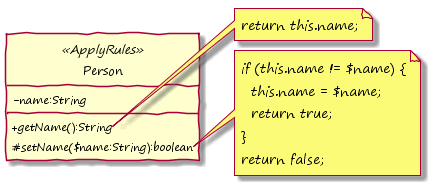
KirstenZa/xtend-etai keeps this PlantUML diagram as images/PlantUML_Modification_GetterSetter_Out.png. Above is the earlier version. Its diagram source:
```plantuml
@startuml

hide circle
skinparam handwritten true
skinparam DefaultFontName "Segoe Print"
skinparam classAttributeIconSize 0
!pragma horizontalLineBetweenDifferentPackageAllowed

class Person <<ApplyRules>> {
	-name:String
	+getName():String
	#setName($name:String):boolean
}

note right of Person::getName
  return this.name;
end note

note right of Person::setName($name:String)
  if (this.name != $name) {
    this.name = $name;
    return true;
  }
  return false;
end note

@enduml
```
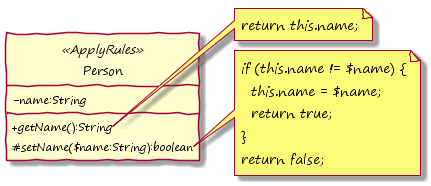
After the change.

The edit, as a diff of the source:
```diff
@@ -12,7 +12,7 @@
 	#setName($name:String):boolean
 }
 
-note right of Person::getName
+note right of Person::getName()
   return this.name;
 end note
 
```
